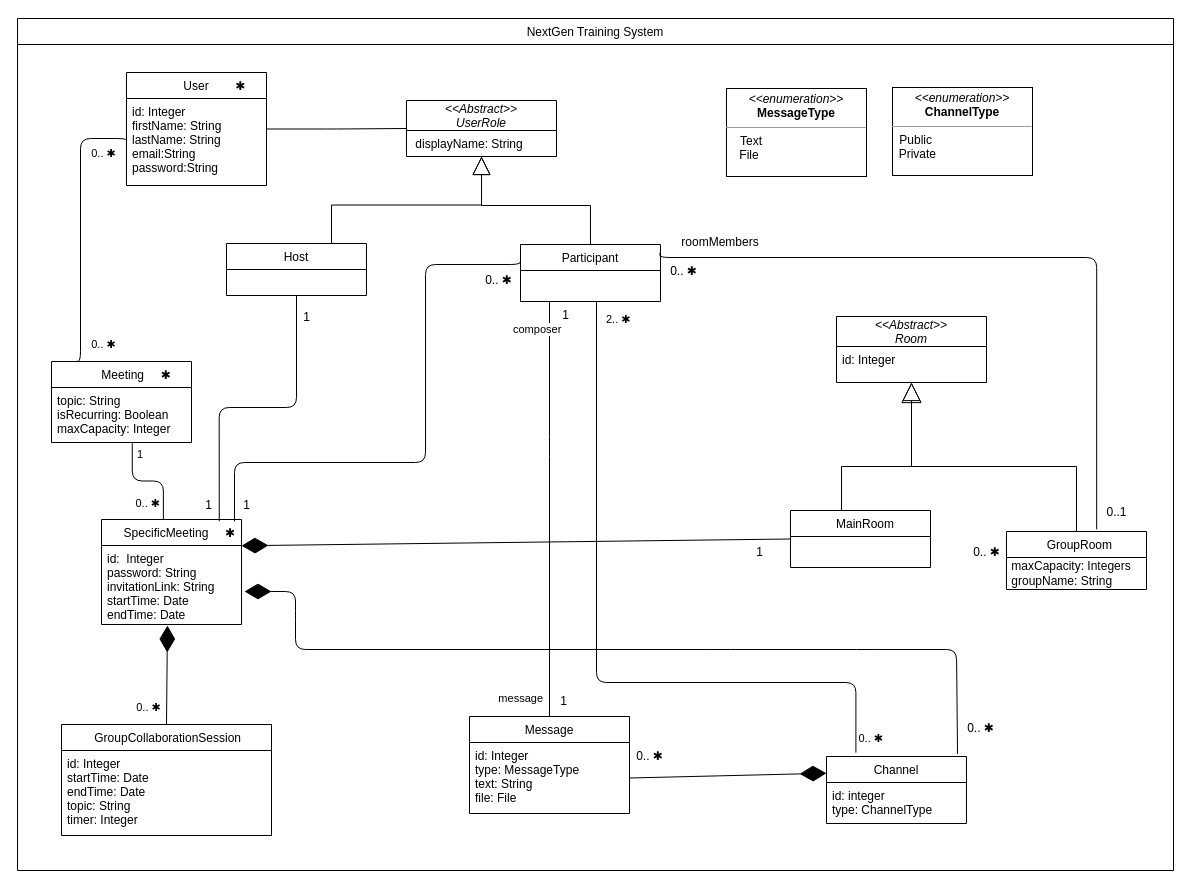
This is ECSE326.drawio from tylerrwatsonn/ecse-326-group-20, a draw.io file, before an edit. Source tidied: cells renumbered, new cells numbered last; positions are measured from the earlier drawing's top-left corner, leaving out a move shared by most shapes. Both pictures are drawn from the tidied source at 100%, with x=0, y=0 at pixel (17, 18).
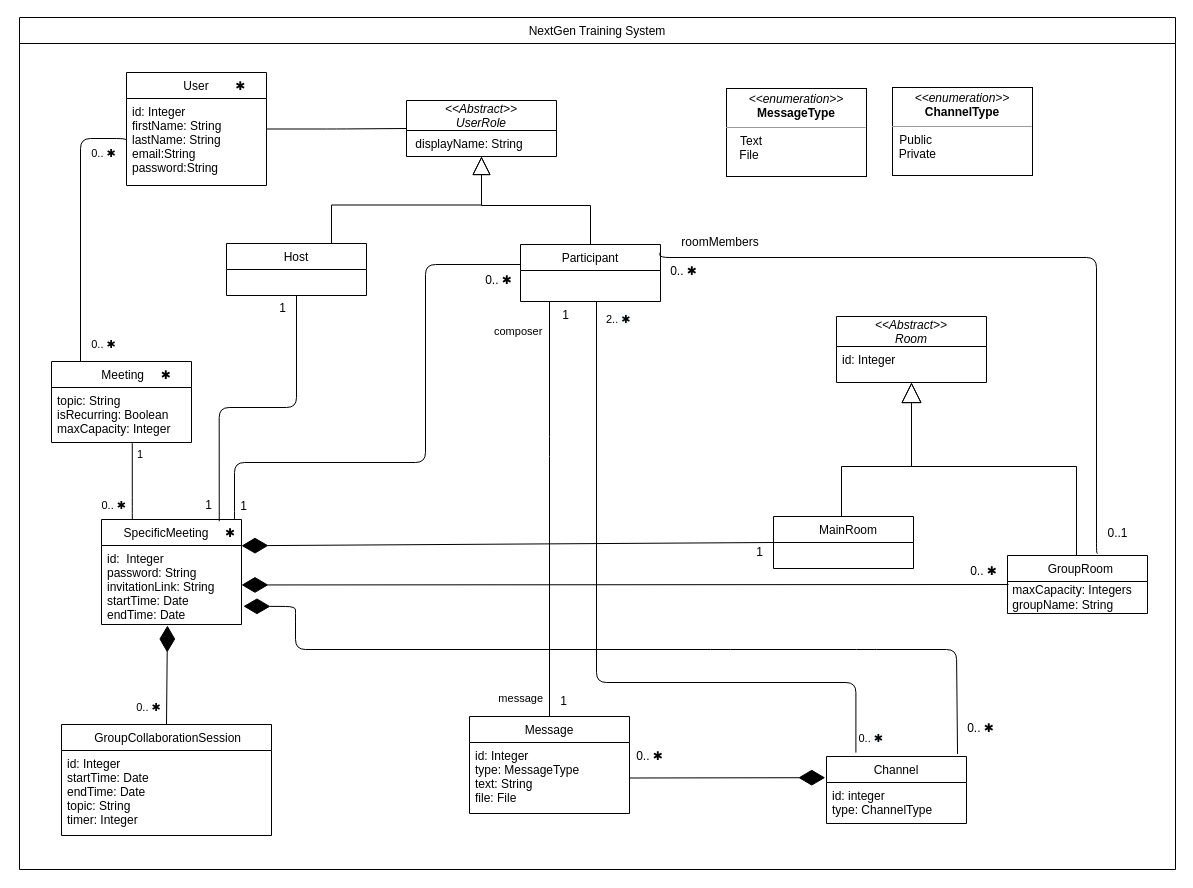
The same page after the edit.

Commit message:
Domain model update

Unchanged cells that the change refers to:
```xml
<mxCell id="3" value="id: Integer&#10;firstName: String&#10;lastName: String&#10;email:String&#10;password:String" style="text;strokeColor=none;fillColor=none;align=left;verticalAlign=top;spacingLeft=4;spacingRight=4;overflow=hidden;points=[[0,0.5],[1,0.5]];portConstraint=eastwest;" parent="2" vertex="1">
  <mxGeometry y="26" width="140" height="87" as="geometry" />
</mxCell>
<mxCell id="10" value="Participant" style="swimlane;fontStyle=0;horizontal=1;startSize=26;fillColor=none;" parent="1" vertex="1">
  <mxGeometry x="503" y="226" width="140" height="57" as="geometry" />
</mxCell>
<mxCell id="11" value="     SpecificMeeting     ✱" style="swimlane;fontStyle=0;horizontal=1;startSize=26;fillColor=none;align=center;" parent="1" vertex="1">
  <mxGeometry x="84" y="501" width="140" height="105" as="geometry" />
</mxCell>
<mxCell id="12" value="id:  Integer&#10;password: String&#10;invitationLink: String&#10;startTime: Date&#10;endTime: Date" style="text;strokeColor=none;fillColor=none;align=left;verticalAlign=top;spacingLeft=4;spacingRight=4;overflow=hidden;points=[[0,0.5],[1,0.5]];portConstraint=eastwest;" parent="11" vertex="1">
  <mxGeometry y="26" width="140" height="79" as="geometry" />
</mxCell>
<mxCell id="13" value="&lt;&lt;Abstract&gt;&gt;&#10;Room" style="swimlane;fontStyle=2;horizontal=1;startSize=30;fillColor=none;" parent="1" vertex="1">
  <mxGeometry x="819" y="298" width="150" height="66" as="geometry" />
</mxCell>
<mxCell id="22" value="      Channel      " style="swimlane;fontStyle=0;horizontal=1;startSize=26;fillColor=none;" parent="1" vertex="1">
  <mxGeometry x="809" y="738" width="140" height="67" as="geometry" />
</mxCell>
<mxCell id="27" value="id: Integer&#10;type: MessageType&#10;text: String&#10;file: File&#10;&#10;" style="text;strokeColor=none;fillColor=none;align=left;verticalAlign=top;spacingLeft=4;spacingRight=4;overflow=hidden;points=[[0,0.5],[1,0.5]];portConstraint=eastwest;" parent="26" vertex="1">
  <mxGeometry y="26" width="160" height="71" as="geometry" />
</mxCell>
<mxCell id="41" value="         Meeting     ✱" style="swimlane;fontStyle=0;horizontal=1;startSize=26;fillColor=none;" parent="1" vertex="1">
  <mxGeometry x="34" y="343" width="140" height="81" as="geometry" />
</mxCell>
<mxCell id="42" value="topic: String&#10;isRecurring: Boolean&#10;maxCapacity: Integer" style="text;strokeColor=none;fillColor=none;align=left;verticalAlign=top;spacingLeft=4;spacingRight=4;overflow=hidden;points=[[0,0.5],[1,0.5]];portConstraint=eastwest;" parent="41" vertex="1">
  <mxGeometry y="26" width="140" height="55" as="geometry" />
</mxCell>
<mxCell id="54" style="endArrow=none;html=1;edgeStyle=orthogonalEdgeStyle;entryX=0.5;entryY=0;entryDx=0;entryDy=0;" parent="1" edge="1" source="10" target="26">
  <mxGeometry relative="1" as="geometry">
    <Array as="points">
      <mxPoint x="532" y="428" />
      <mxPoint x="532" y="428" />
    </Array>
  </mxGeometry>
</mxCell>
```

Change to the diagram source:
```diff
@@
-    <mxCell id="15" style="edgeStyle=orthogonalEdgeStyle;rounded=0;jettySize=auto;html=1;exitX=0.75;exitY=0;exitDx=0;exitDy=0;endArrow=block;endFill=0;endSize=16;" parent="1" edge="1" source="16" target="13">
+    <mxCell id="15" style="edgeStyle=orthogonalEdgeStyle;rounded=0;jettySize=auto;html=1;exitX=0.75;exitY=0;exitDx=0;exitDy=0;endArrow=block;endFill=0;endSize=18;" parent="1" edge="1" source="16" target="13">
       <mxGeometry relative="1" as="geometry">
         <Array as="points">
           <mxPoint x="824" y="448" />
           <mxPoint x="894" y="448" />
         </Array>
       </mxGeometry>
     </mxCell>
     <mxCell id="16" value="        MainRoom     " style="swimlane;fontStyle=0;horizontal=1;startSize=26;fillColor=none;" parent="1" vertex="1">
-      <mxGeometry x="773" y="492" width="140" height="57" as="geometry" />
+      <mxGeometry x="756" y="498" width="140" height="52" as="geometry" />
     </mxCell>
@@
     <mxCell id="18" value="     GroupRoom   " style="swimlane;fontStyle=0;horizontal=1;startSize=26;fillColor=none;" parent="1" vertex="1">
-      <mxGeometry x="989" y="513" width="140" height="58" as="geometry" />
+      <mxGeometry x="990" y="537" width="140" height="58" as="geometry" />
     </mxCell>
@@
     <mxCell id="28" value="NextGen Training System" style="swimlane;fontStyle=0;horizontal=1;startSize=26;fillColor=none;" parent="1" vertex="1">
-      <mxGeometry width="1156" height="852" as="geometry" />
+      <mxGeometry x="2" y="-1" width="1156" height="852" as="geometry" />
     </mxCell>
@@
     <mxCell id="30" value="1" style="text;html=1;align=center;verticalAlign=middle;" parent="1" vertex="1">
-      <mxGeometry x="279" y="289" width="20" height="20" as="geometry" />
+      <mxGeometry x="255" y="280" width="20" height="20" as="geometry" />
     </mxCell>
@@
-    <mxCell id="36" style="endArrow=diamondThin;endFill=1;endSize=24;html=1;entryX=1;entryY=0.25;entryDx=0;entryDy=0;exitX=0;exitY=0.5;exitDx=0;exitDy=0;" parent="1" edge="1" source="16" target="11">
+    <mxCell id="36" style="endArrow=diamondThin;endFill=1;endSize=24;html=1;exitX=0;exitY=0.5;exitDx=0;exitDy=0;entryX=1;entryY=0.25;entryDx=0;entryDy=0;" parent="1" edge="1" source="16" target="11">
       <mxGeometry relative="1" as="geometry" />
     </mxCell>
@@
     <mxCell id="38" value="0..&amp;nbsp;✱" style="text;html=1;align=center;verticalAlign=middle;" parent="1" vertex="1">
-      <mxGeometry x="949" y="524" width="40" height="20" as="geometry" />
+      <mxGeometry x="946" y="543" width="40" height="20" as="geometry" />
     </mxCell>
-    <mxCell id="39" style="endArrow=diamondThin;endFill=1;endSize=24;html=1;entryX=0;entryY=0.25;entryDx=0;entryDy=0;exitX=1;exitY=0.5;exitDx=0;exitDy=0;" parent="1" edge="1" source="27" target="22">
+    <mxCell id="39" style="endArrow=diamondThin;endFill=1;endSize=24;html=1;entryX=-0.009;entryY=0.316;entryDx=0;entryDy=0;exitX=1;exitY=0.5;exitDx=0;exitDy=0;entryPerimeter=0;" parent="1" edge="1" source="27" target="22">
       <mxGeometry relative="1" as="geometry" />
     </mxCell>
@@
-    <mxCell id="43" style="endArrow=none;html=1;edgeStyle=orthogonalEdgeStyle;strokeWidth=1;exitX=0.577;exitY=1.013;exitDx=0;exitDy=0;exitPerimeter=0;entryX=0.442;entryY=0;entryDx=0;entryDy=0;entryPerimeter=0;" parent="1" edge="1" source="42" target="11">
-      <mxGeometry relative="1" as="geometry" />
+    <mxCell id="43" style="endArrow=none;html=1;edgeStyle=orthogonalEdgeStyle;strokeWidth=1;exitX=0.577;exitY=1.013;exitDx=0;exitDy=0;exitPerimeter=0;" parent="1" edge="1" source="42" target="11">
+      <mxGeometry relative="1" as="geometry">
+        <Array as="points">
+          <mxPoint x="115" y="489" />
+          <mxPoint x="115" y="489" />
+        </Array>
+      </mxGeometry>
     </mxCell>
@@
     <mxCell id="45" value="0..&amp;nbsp;&lt;span style=&quot;text-align: center&quot;&gt;✱&lt;/span&gt;" style="edgeLabel;html=1;align=right;verticalAlign=bottom;" parent="43" vertex="1">
       <mxGeometry x="1" relative="1" as="geometry">
-        <mxPoint x="-2.9" y="-7.9" as="offset" />
+        <mxPoint x="-5.8" y="-5.7" as="offset" />
       </mxGeometry>
     </mxCell>
@@
-    <mxCell id="47" style="endArrow=none;html=1;edgeStyle=orthogonalEdgeStyle;exitX=0;exitY=0.25;exitDx=0;exitDy=0;" parent="1" edge="1" source="10">
+    <mxCell id="47" style="endArrow=none;html=1;edgeStyle=orthogonalEdgeStyle;" parent="1" edge="1" source="10">
       <mxGeometry relative="1" as="geometry">
-        <mxPoint x="217" y="503" as="targetPoint" />
+        <mxPoint x="217" y="497" as="targetPoint" />
         <Array as="points">
-          <mxPoint x="503" y="246" />
           <mxPoint x="408" y="246" />
           <mxPoint x="408" y="444" />
           <mxPoint x="217" y="444" />
+          <mxPoint x="217" y="503" />
         </Array>
       </mxGeometry>
     </mxCell>
@@
-    <mxCell id="50" style="endArrow=diamondThin;endFill=1;endSize=24;html=1;exitX=0.936;exitY=-0.038;exitDx=0;exitDy=0;exitPerimeter=0;" parent="1" edge="1" source="22">
+    <mxCell id="50" style="endArrow=diamondThin;endFill=1;endSize=24;html=1;exitX=0.936;exitY=-0.038;exitDx=0;exitDy=0;exitPerimeter=0;entryX=1.014;entryY=0.769;entryDx=0;entryDy=0;entryPerimeter=0;" parent="1" edge="1" source="22" target="12">
       <mxGeometry relative="1" as="geometry">
-        <mxPoint x="227" y="573" as="targetPoint" />
         <Array as="points">
           <mxPoint x="939" y="631" />
           <mxPoint x="849" y="631" />
           <mxPoint x="703" y="631" />
           <mxPoint x="278" y="631" />
           <mxPoint x="278" y="602" />
-          <mxPoint x="278" y="573" />
+          <mxPoint x="278" y="588" />
         </Array>
       </mxGeometry>
     </mxCell>
     <mxCell id="51" value="0..1" style="text;html=1;align=center;verticalAlign=middle;" parent="1" vertex="1">
-      <mxGeometry x="1084" y="485" width="30" height="18" as="geometry" />
+      <mxGeometry x="1085" y="506" width="30" height="18" as="geometry" />
     </mxCell>
@@
     <mxCell id="55" value="composer" style="edgeLabel;html=1;align=left;verticalAlign=bottom;" parent="54" vertex="1">
       <mxGeometry x="-1" relative="1" as="geometry">
-        <mxPoint x="-38" y="36" as="offset" />
+        <mxPoint x="-57" y="38" as="offset" />
       </mxGeometry>
     </mxCell>
@@
     <mxCell id="61" value="1" style="text;html=1;align=center;verticalAlign=middle;" parent="1" vertex="1">
-      <mxGeometry x="219" y="477" width="20" height="20" as="geometry" />
+      <mxGeometry x="216" y="478" width="20" height="20" as="geometry" />
     </mxCell>
-    <mxCell id="62" style="endArrow=none;html=1;edgeStyle=orthogonalEdgeStyle;entryX=0.167;entryY=-0.001;entryDx=0;entryDy=0;entryPerimeter=0;exitX=0;exitY=0.5;exitDx=0;exitDy=0;" parent="1" edge="1" source="3" target="41">
+    <mxCell id="62" style="endArrow=none;html=1;edgeStyle=orthogonalEdgeStyle;exitX=0;exitY=0.5;exitDx=0;exitDy=0;" parent="1" edge="1" source="3" target="41">
       <mxGeometry relative="1" as="geometry">
         <Array as="points">
           <mxPoint x="109" y="120" />
           <mxPoint x="63" y="120" />
-          <mxPoint x="63" y="343" />
         </Array>
       </mxGeometry>
     </mxCell>
@@
+    <mxCell id="64" style="endArrow=diamondThin;endFill=1;endSize=24;html=1;" parent="1" edge="1" target="12">
+      <mxGeometry relative="1" as="geometry">
+        <mxPoint x="991" y="566" as="sourcePoint" />
+      </mxGeometry>
+    </mxCell>
```
